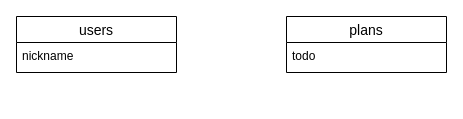
This is reclock.dio from kysh555/reclock, a draw.io file, before an edit. Source tidied: cells renumbered, new cells numbered last; positions are measured from the earlier drawing's top-left corner, leaving out a move shared by most shapes. Both pictures are drawn from the tidied source at 100%, with x=0, y=0 at pixel (16, 16).
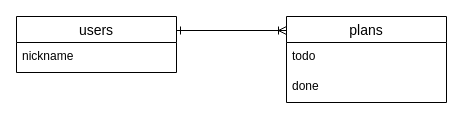
After the change.

Commit message:
redesign ERD

The edit, as a diff of the source:
```diff
@@
 <mxGraphModel>
   <root>
     <mxCell id="0" />
     <mxCell id="1" parent="0" />
+    <mxCell id="6" style="edgeStyle=orthogonalEdgeStyle;rounded=0;jettySize=auto;html=1;exitX=1;exitY=0.25;exitDx=0;exitDy=0;entryX=0;entryY=0.163;entryDx=0;entryDy=0;entryPerimeter=0;startArrow=ERone;startFill=0;endArrow=ERoneToMany;endFill=0;" parent="1" edge="1" source="2" target="4">
+      <mxGeometry relative="1" as="geometry" />
+    </mxCell>
     <mxCell id="2" value="users" style="swimlane;fontStyle=0;horizontal=1;startSize=26;align=center;fontSize=14;" parent="1" vertex="1">
       <mxGeometry width="160" height="56" as="geometry" />
     </mxCell>
     <mxCell id="3" value="nickname" style="text;strokeColor=none;fillColor=none;spacingLeft=4;spacingRight=4;overflow=hidden;fontSize=12;" parent="2" vertex="1">
       <mxGeometry y="26" width="160" height="30" as="geometry" />
     </mxCell>
     <mxCell id="4" value="plans" style="swimlane;fontStyle=0;horizontal=1;startSize=26;align=center;fontSize=14;" parent="1" vertex="1">
-      <mxGeometry x="270" width="160" height="56" as="geometry" />
+      <mxGeometry x="270" width="160" height="86" as="geometry" />
     </mxCell>
     <mxCell id="5" value="todo" style="text;strokeColor=none;fillColor=none;spacingLeft=4;spacingRight=4;overflow=hidden;fontSize=12;" parent="4" vertex="1">
       <mxGeometry y="26" width="160" height="30" as="geometry" />
     </mxCell>
+    <mxCell id="7" value="done" style="text;strokeColor=none;fillColor=none;spacingLeft=4;spacingRight=4;overflow=hidden;fontSize=12;" parent="4" vertex="1">
+      <mxGeometry y="56" width="160" height="30" as="geometry" />
+    </mxCell>
   </root>
 </mxGraphModel>
```
